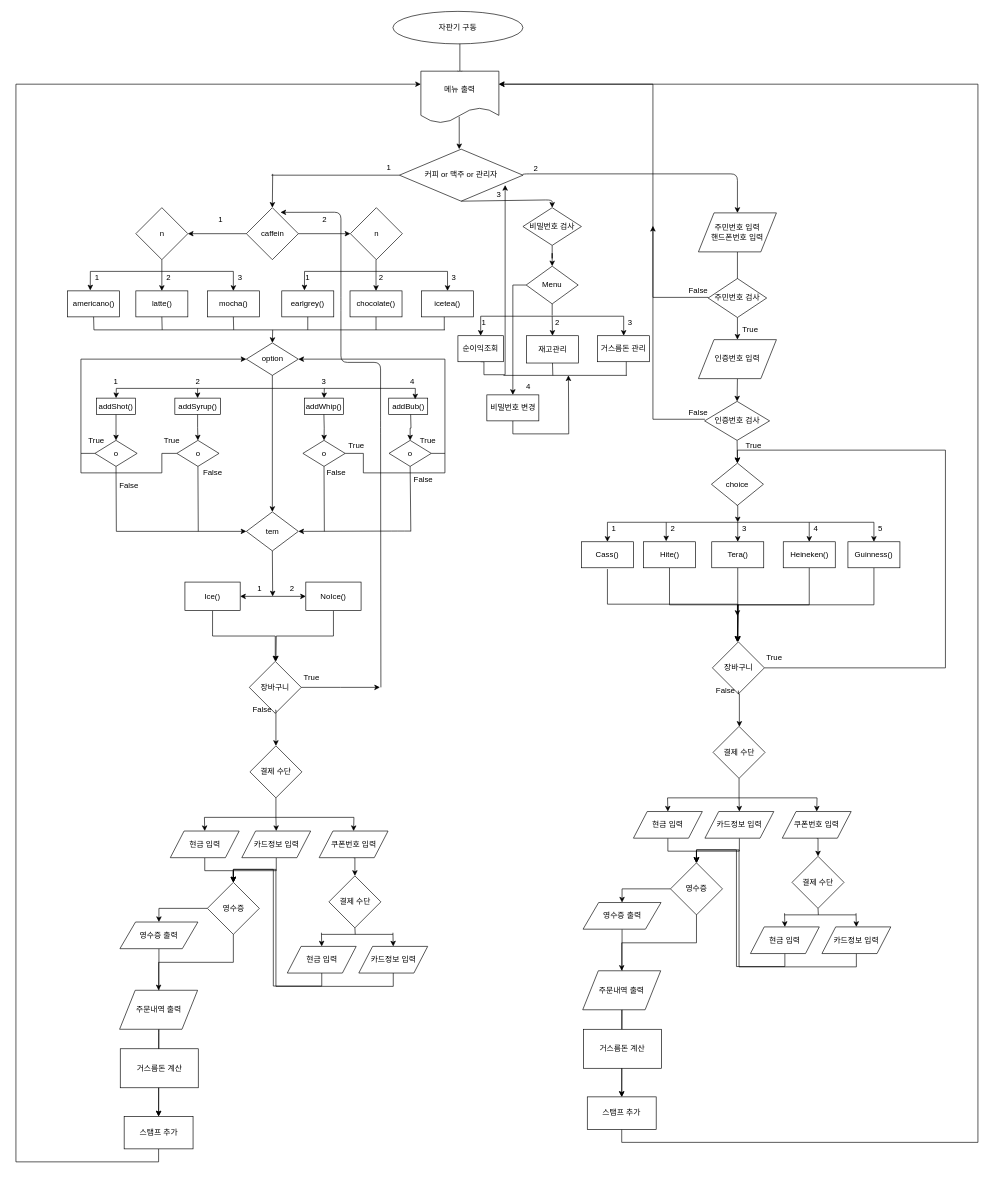
The draw.io diagram Untitled Diagram.drawio in cch0618/bank-System-java-, before the edit. Source tidied: cells renumbered, new cells numbered last; positions are measured from the earlier drawing's top-left corner, leaving out a move shared by most shapes. Both pictures are drawn from the tidied source at 65%, with x=0, y=0 at pixel (16, 11).
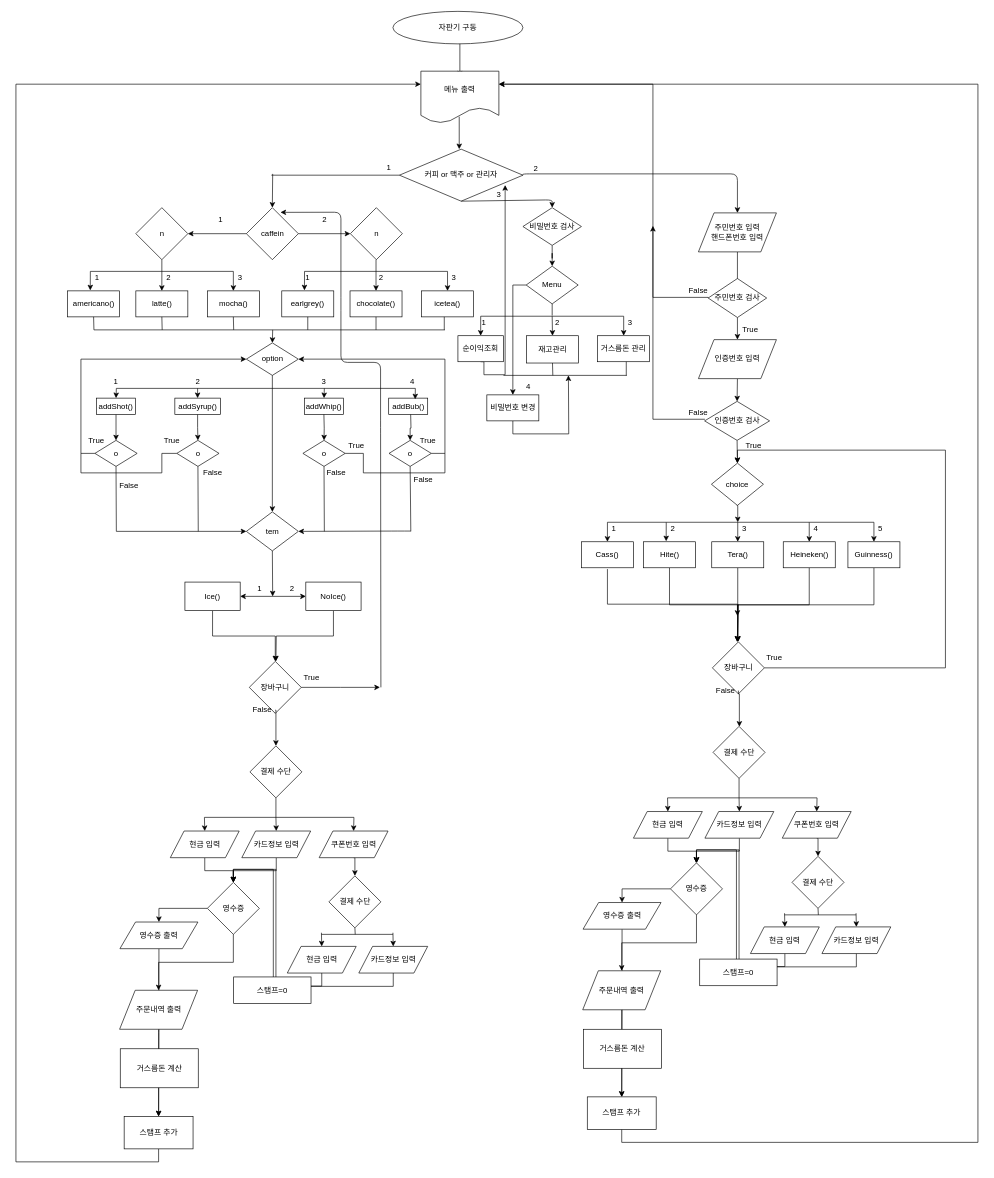
Above is the later version.

Diff of the diagram source:
```diff
@@
+    <mxCell id="250" value="스탬프=0" style="rounded=0;whiteSpace=wrap;html=1;" parent="1" vertex="1">
+      <mxGeometry x="1052" y="1458" width="119" height="41" as="geometry" />
+    </mxCell>
+    <mxCell id="251" value="스탬프=0" style="rounded=0;whiteSpace=wrap;html=1;" parent="1" vertex="1">
+      <mxGeometry x="335" y="1485.5" width="119" height="41" as="geometry" />
+    </mxCell>
```
